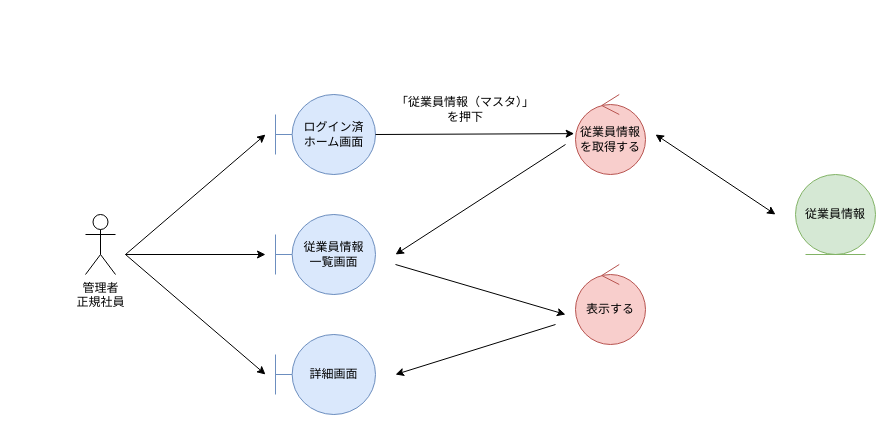
The draw.io diagram page "*従業員情報管理_参照" (2 of 5) of 各種設計書/3ロバストネス図/マスタ管理/1.従業員情報マスタ.drawio in HaruShim/Sotuken, before the edit. Source tidied: cells renumbered, new cells numbered last; positions are measured from the earlier drawing's top-left corner, leaving out a move shared by most shapes. Both pictures are drawn from the tidied source at 100%, with x=0, y=0 at pixel (85, 94).
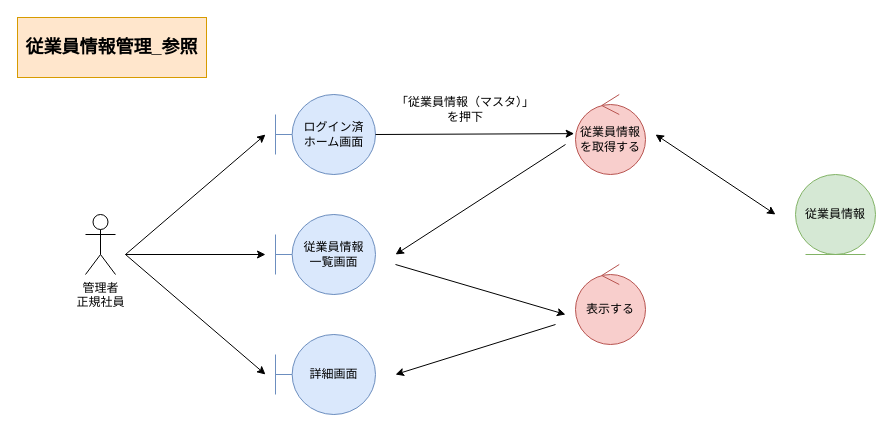
The same diagram, later.

The edit, as a diff of the source:
```diff
@@
+    <mxCell id="18" value="従業員情報管理_参照" style="rounded=0;whiteSpace=wrap;html=1;fillColor=#ffe6cc;strokeColor=#d79b00;fontStyle=1;fontSize=18;" parent="1" vertex="1">
+      <mxGeometry x="-68" y="-77" width="189" height="60" as="geometry" />
+    </mxCell>
```
